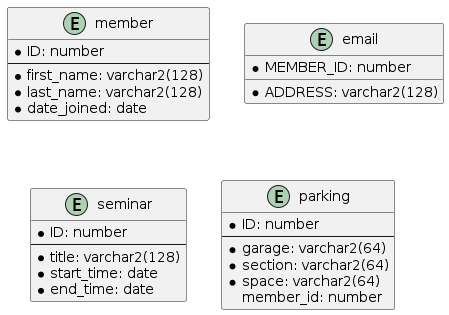
The PlantUML diagram hw/04/db.png in adam-neeley/db-design, before a commit.
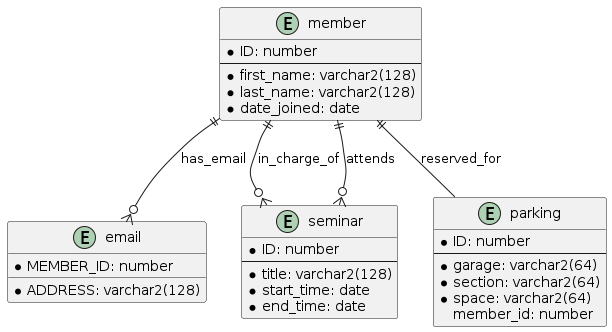
The same diagram one commit later.

What changed in the source:
```diff
@@ -29,4 +29,10 @@
  member_id: number
 }
 
+member ||-- parking: reserved_for
+member ||--o{ email: has_email
+member ||--o{ seminar: in_charge_of
+member ||--o{ seminar: attends
+
+
 @enduml
```
